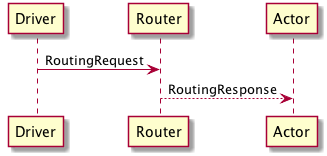
The PlantUML diagram docs/_static/uml/ProtocolRefuelsVehicle.png in LBNL-UCB-STI/beam, before a commit. Source of this version:
```plantuml
@startuml
Driver -> Router: RoutingRequest
Router --> Actor: RoutingResponse
@enduml
```
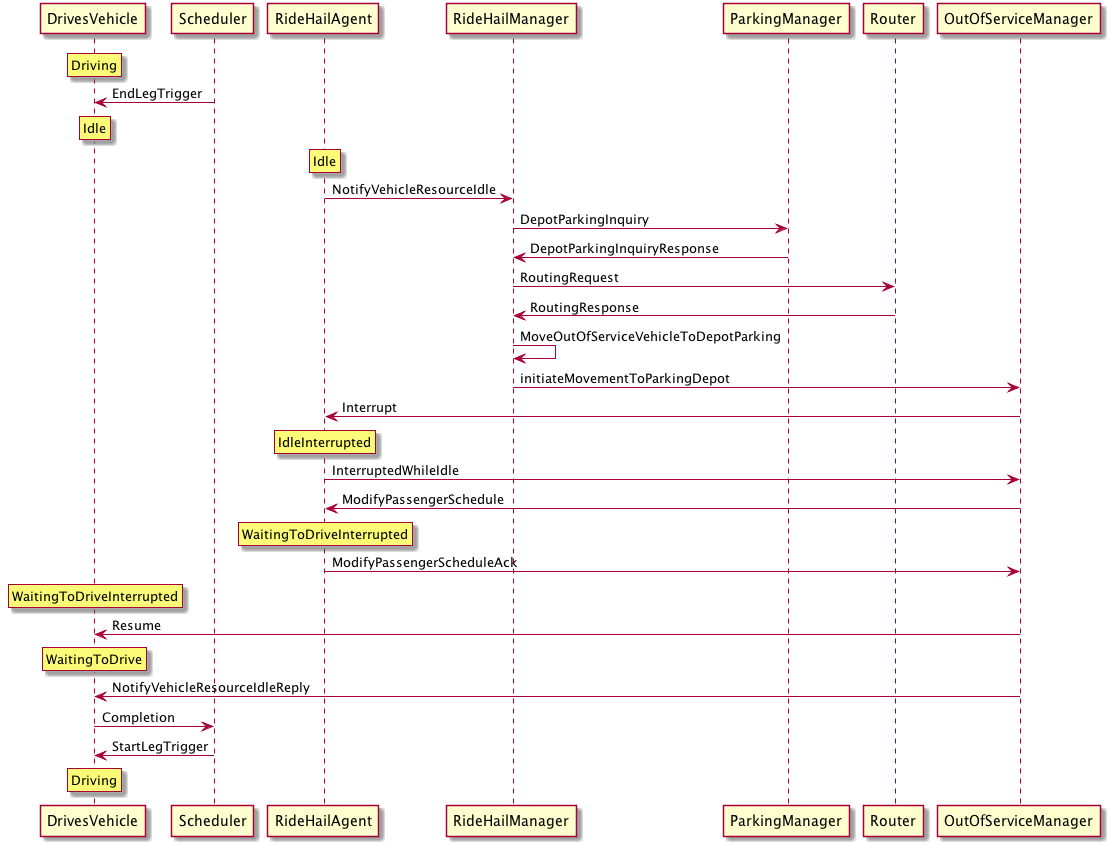
Later version of the same file.

The edit, as a diff of the source:
```diff
@@ -1,4 +1,28 @@
 @startuml
-Driver -> Router: RoutingRequest
-Router --> Actor: RoutingResponse
+rnote over DrivesVehicle: Driving
+Scheduler->DrivesVehicle:EndLegTrigger
+rnote over DrivesVehicle: Idle
+rnote over RideHailAgent: Idle
+RideHailAgent->RideHailManager:NotifyVehicleResourceIdle
+RideHailManager->ParkingManager:DepotParkingInquiry
+ParkingManager->RideHailManager:DepotParkingInquiryResponse
+RideHailManager-> Router: RoutingRequest
+Router->RideHailManager: RoutingResponse
+RideHailManager->RideHailManager: MoveOutOfServiceVehicleToDepotParking
+RideHailManager->OutOfServiceManager: initiateMovementToParkingDepot
+OutOfServiceManager->RideHailAgent: Interrupt
+rnote over RideHailAgent: IdleInterrupted
+RideHailAgent->OutOfServiceManager: InterruptedWhileIdle
+OutOfServiceManager->RideHailAgent: ModifyPassengerSchedule
+rnote over RideHailAgent: WaitingToDriveInterrupted
+RideHailAgent->OutOfServiceManager: ModifyPassengerScheduleAck
+rnote over DrivesVehicle: WaitingToDriveInterrupted
+OutOfServiceManager->DrivesVehicle: Resume
+rnote over DrivesVehicle: WaitingToDrive
+OutOfServiceManager->DrivesVehicle: NotifyVehicleResourceIdleReply
+DrivesVehicle->Scheduler: Completion
+Scheduler->DrivesVehicle:StartLegTrigger
+rnote over DrivesVehicle: Driving
+
+
 @enduml
```
